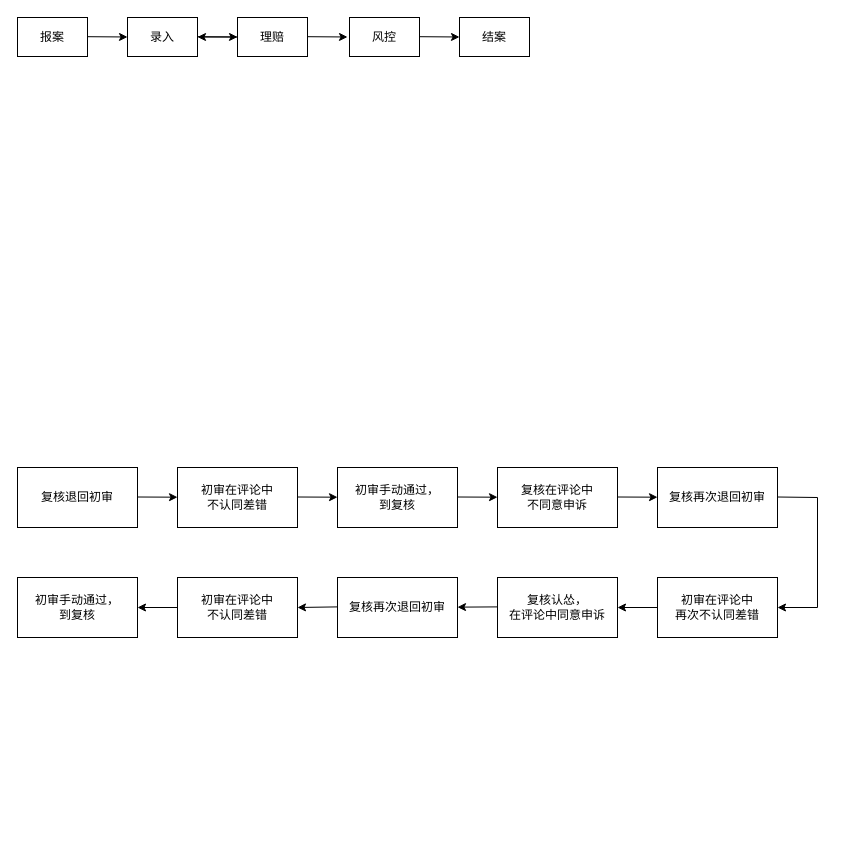
The draw.io diagram page "paper" (2 of 2) of js/strategyrTree.drawio in feiaaa/a-python-proj-crawler, before the edit. Source tidied: cells renumbered, new cells numbered last; positions are measured from the earlier drawing's top-left corner, leaving out a move shared by most shapes. Both pictures are drawn from the tidied source at 100%, with x=0, y=0 at pixel (17, 17).
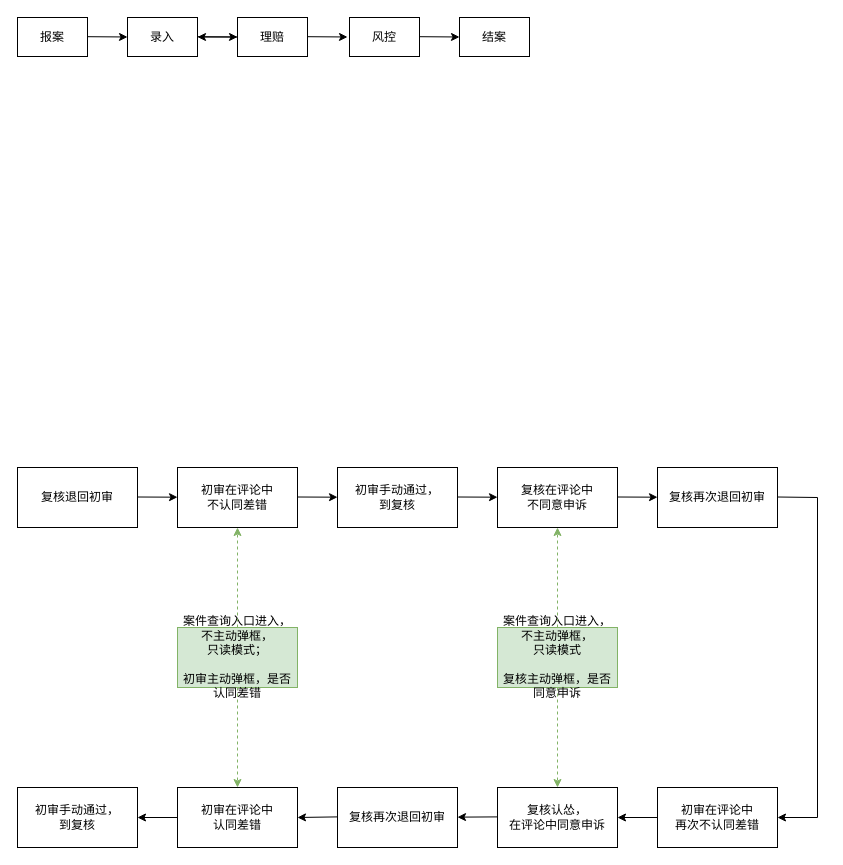
The same diagram, later.

The change refers to these unchanged cells:
```xml
<mxCell id="15" value="初审在评论中&lt;br&gt;不认同差错" style="rounded=0;whiteSpace=wrap;html=1;" parent="1" vertex="1">
  <mxGeometry x="160" y="450" width="120" height="60" as="geometry" />
</mxCell>
```

What changed in the source:
```diff
@@
     <mxCell id="22" style="endArrow=classic;html=1;rounded=0;entryX=1;entryY=0.5;entryDx=0;entryDy=0;" parent="1" edge="1" target="23">
       <mxGeometry relative="1" as="geometry">
         <mxPoint x="760" y="479.5" as="sourcePoint" />
         <Array as="points">
           <mxPoint x="800" y="480" />
-          <mxPoint x="800" y="590" />
+          <mxPoint x="800" y="800" />
         </Array>
       </mxGeometry>
     </mxCell>
     <mxCell id="23" value="初审在评论中&lt;br&gt;再次不认同差错" style="rounded=0;whiteSpace=wrap;html=1;" parent="1" vertex="1">
-      <mxGeometry x="640" y="560" width="120" height="60" as="geometry" />
+      <mxGeometry x="640" y="770" width="120" height="60" as="geometry" />
     </mxCell>
@@
     <mxCell id="25" value="复核认怂，&lt;br&gt;在评论中同意申诉" style="rounded=0;whiteSpace=wrap;html=1;" parent="1" vertex="1">
-      <mxGeometry x="480" y="560" width="120" height="60" as="geometry" />
+      <mxGeometry x="480" y="770" width="120" height="60" as="geometry" />
     </mxCell>
     <mxCell id="26" style="endArrow=classic;html=1;rounded=0;" parent="1" edge="1" target="27">
       <mxGeometry relative="1" as="geometry">
-        <mxPoint x="480" y="589.4" as="sourcePoint" />
+        <mxPoint x="480" y="799.4" as="sourcePoint" />
       </mxGeometry>
     </mxCell>
     <mxCell id="27" value="复核再次退回初审" style="rounded=0;whiteSpace=wrap;html=1;" parent="1" vertex="1">
-      <mxGeometry x="320" y="560" width="120" height="60" as="geometry" />
+      <mxGeometry x="320" y="770" width="120" height="60" as="geometry" />
     </mxCell>
@@
-    <mxCell id="29" value="初审在评论中&lt;br&gt;不认同差错" style="rounded=0;whiteSpace=wrap;html=1;" parent="1" vertex="1">
-      <mxGeometry x="160" y="560" width="120" height="60" as="geometry" />
+    <mxCell id="29" value="初审在评论中&lt;br&gt;认同差错" style="rounded=0;whiteSpace=wrap;html=1;" parent="1" vertex="1">
+      <mxGeometry x="160" y="770" width="120" height="60" as="geometry" />
     </mxCell>
     <mxCell id="30" style="endArrow=classic;html=1;rounded=0;entryX=1;entryY=0.5;entryDx=0;entryDy=0;" parent="1" edge="1" target="29">
       <mxGeometry relative="1" as="geometry">
-        <mxPoint x="320" y="589.4" as="sourcePoint" />
+        <mxPoint x="320" y="799.4" as="sourcePoint" />
       </mxGeometry>
     </mxCell>
     <mxCell id="31" value="初审手动通过，&lt;br&gt;到复核" style="rounded=0;whiteSpace=wrap;html=1;" parent="1" vertex="1">
-      <mxGeometry y="560" width="120" height="60" as="geometry" />
+      <mxGeometry y="770" width="120" height="60" as="geometry" />
     </mxCell>
+    <mxCell id="32" value="案件查询入口进入，&lt;br&gt;不主动弹框，&lt;br&gt;只读模式；&lt;br&gt;&lt;br&gt;初审主动弹框，是否认同差错" style="rounded=0;whiteSpace=wrap;html=1;fillColor=#d5e8d4;strokeColor=#82b366;" parent="1" vertex="1">
+      <mxGeometry x="160" y="610" width="120" height="60" as="geometry" />
+    </mxCell>
+    <mxCell id="33" style="endArrow=classic;html=1;rounded=0;entryX=0.5;entryY=1;entryDx=0;entryDy=0;dashed=1;fillColor=#d5e8d4;strokeColor=#82b366;" parent="1" edge="1" target="15">
+      <mxGeometry relative="1" as="geometry">
+        <mxPoint x="220" y="610" as="sourcePoint" />
+      </mxGeometry>
+    </mxCell>
+    <mxCell id="34" style="endArrow=classic;html=1;rounded=0;exitX=0.5;exitY=1;exitDx=0;exitDy=0;entryX=0.5;entryY=0;entryDx=0;entryDy=0;dashed=1;fillColor=#d5e8d4;strokeColor=#82b366;" parent="1" edge="1" source="32" target="29">
+      <mxGeometry relative="1" as="geometry" />
+    </mxCell>
+    <mxCell id="35" value="案件查询入口进入，&lt;br&gt;不主动弹框，&lt;br&gt;只读模式&lt;br&gt;&lt;br&gt;复核主动弹框，是否同意申诉" style="rounded=0;whiteSpace=wrap;html=1;fillColor=#d5e8d4;strokeColor=#82b366;" parent="1" vertex="1">
+      <mxGeometry x="480" y="610" width="120" height="60" as="geometry" />
+    </mxCell>
+    <mxCell id="36" style="endArrow=classic;html=1;rounded=0;entryX=0.5;entryY=1;entryDx=0;entryDy=0;dashed=1;fillColor=#d5e8d4;strokeColor=#82b366;" parent="1" edge="1">
+      <mxGeometry relative="1" as="geometry">
+        <mxPoint x="540" y="610" as="sourcePoint" />
+        <mxPoint x="540" y="510" as="targetPoint" />
+      </mxGeometry>
+    </mxCell>
+    <mxCell id="37" style="endArrow=classic;html=1;rounded=0;exitX=0.5;exitY=1;exitDx=0;exitDy=0;entryX=0.5;entryY=0;entryDx=0;entryDy=0;dashed=1;fillColor=#d5e8d4;strokeColor=#82b366;" parent="1" edge="1" source="35">
+      <mxGeometry relative="1" as="geometry">
+        <mxPoint x="540" y="770" as="targetPoint" />
+      </mxGeometry>
+    </mxCell>
```
